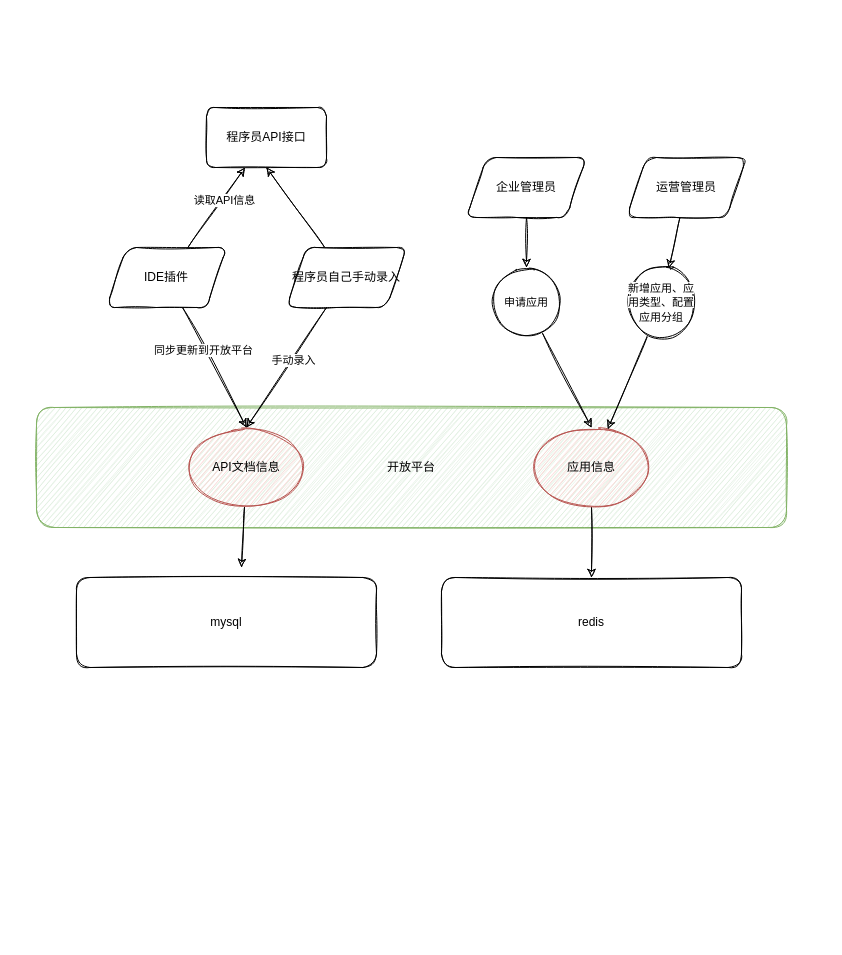
Above: 开放平台数据流图.drawio in laowang-cloud/diagrams (draw.io), before the change. Source tidied: cells renumbered, new cells numbered last; positions are measured from the earlier drawing's top-left corner, leaving out a move shared by most shapes. Both pictures are drawn from the tidied source at 100%, with x=0, y=0 at pixel (36, 107).
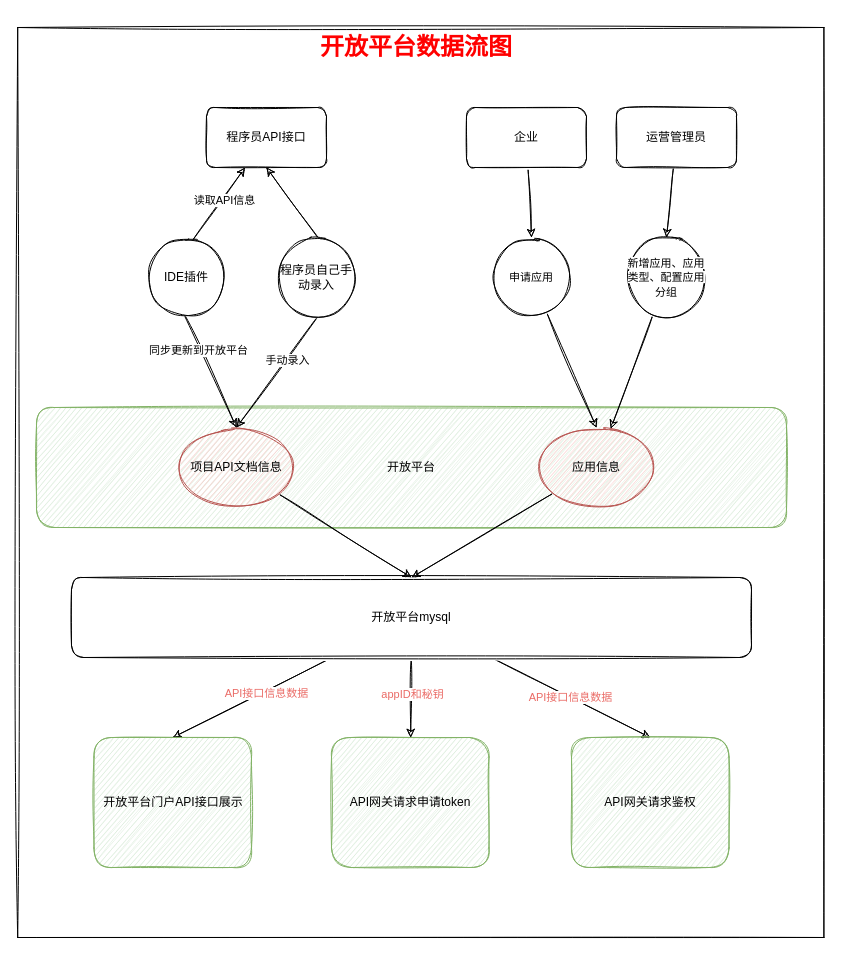
The same page after the edit.

Commit message (it also covers changes not shown here):
更新开放平台数据流图.drawio

Unchanged cells that the change refers to:
```xml
<mxCell id="3" value="程序员API接口" style="whiteSpace=wrap;html=1;sketch=1;rounded=1;" parent="1" vertex="1">
  <mxGeometry x="170" width="120" height="60" as="geometry" />
</mxCell>
```

Diff of the diagram source:
```diff
@@
+    <mxCell id="27" style="rounded=0;whiteSpace=wrap;html=1;sketch=1;" parent="1" vertex="1">
+      <mxGeometry x="-18.8" y="-80" width="806.2" height="910" as="geometry" />
+    </mxCell>
@@
-    <mxCell id="4" style="edgeStyle=none;rounded=0;sketch=1;jettySize=auto;html=1;" parent="1" edge="1" source="5">
-      <mxGeometry relative="1" as="geometry">
-        <mxPoint x="205" y="460" as="targetPoint" />
-      </mxGeometry>
-    </mxCell>
+    <mxCell id="28" style="edgeStyle=none;rounded=0;sketch=1;jettySize=auto;html=1;entryX=0.5;entryY=0;entryDx=0;entryDy=0;fontColor=#EA6B66;" parent="1" edge="1" source="5" target="36">
+      <mxGeometry relative="1" as="geometry" />
+    </mxCell>
-    <mxCell id="5" value="API文档信息" style="ellipse;whiteSpace=wrap;html=1;sketch=1;rounded=1;fillColor=#f8cecc;strokeColor=#b85450;" parent="1" vertex="1">
-      <mxGeometry x="150" y="320" width="120" height="80" as="geometry" />
+    <mxCell id="5" value="项目API文档信息" style="ellipse;whiteSpace=wrap;html=1;sketch=1;rounded=1;fillColor=#f8cecc;strokeColor=#b85450;" parent="1" vertex="1">
+      <mxGeometry x="140" y="320" width="120" height="80" as="geometry" />
     </mxCell>
-    <mxCell id="6" style="edgeStyle=none;rounded=0;sketch=1;jettySize=auto;html=1;entryX=0.5;entryY=0;entryDx=0;entryDy=0;" parent="1" edge="1" source="7" target="24">
-      <mxGeometry relative="1" as="geometry" />
-    </mxCell>
+    <mxCell id="29" style="edgeStyle=none;rounded=0;sketch=1;jettySize=auto;html=1;entryX=0.5;entryY=0;entryDx=0;entryDy=0;fontColor=#EA6B66;" parent="1" edge="1" source="7" target="36">
+      <mxGeometry relative="1" as="geometry" />
+    </mxCell>
     <mxCell id="7" value="应用信息" style="ellipse;whiteSpace=wrap;html=1;sketch=1;rounded=1;fillColor=#f8cecc;strokeColor=#b85450;" parent="1" vertex="1">
-      <mxGeometry x="495" y="320" width="120" height="80" as="geometry" />
+      <mxGeometry x="500" y="320" width="120" height="80" as="geometry" />
     </mxCell>
-    <mxCell id="8" style="jettySize=auto;html=1;sketch=1;" parent="1" edge="1" source="12" target="3">
-      <mxGeometry relative="1" as="geometry" />
+    <mxCell id="8" style="jettySize=auto;html=1;sketch=1;" parent="1" edge="1" target="3">
+      <mxGeometry relative="1" as="geometry">
+        <mxPoint x="151.4" y="140" as="sourcePoint" />
+      </mxGeometry>
     </mxCell>
@@
-    <mxCell id="10" style="edgeStyle=none;jettySize=auto;html=1;entryX=0.5;entryY=0;entryDx=0;entryDy=0;sketch=1;" parent="1" edge="1" source="12" target="5">
-      <mxGeometry relative="1" as="geometry" />
+    <mxCell id="10" style="edgeStyle=none;jettySize=auto;html=1;entryX=0.5;entryY=0;entryDx=0;entryDy=0;sketch=1;" parent="1" edge="1" target="5">
+      <mxGeometry relative="1" as="geometry">
+        <mxPoint x="144" y="200" as="sourcePoint" />
+      </mxGeometry>
     </mxCell>
@@
-    <mxCell id="12" value="IDE插件" style="shape=parallelogram;perimeter=parallelogramPerimeter;whiteSpace=wrap;html=1;fixedSize=1;sketch=1;rounded=1;" parent="1" vertex="1">
-      <mxGeometry x="70" y="140" width="120" height="60" as="geometry" />
-    </mxCell>
-    <mxCell id="13" style="edgeStyle=none;jettySize=auto;html=1;entryX=0.5;entryY=1;entryDx=0;entryDy=0;sketch=1;" parent="1" edge="1" source="16" target="3">
-      <mxGeometry relative="1" as="geometry" />
+    <mxCell id="13" style="edgeStyle=none;jettySize=auto;html=1;entryX=0.5;entryY=1;entryDx=0;entryDy=0;sketch=1;" parent="1" edge="1" target="3">
+      <mxGeometry relative="1" as="geometry">
+        <mxPoint x="288.2" y="140" as="sourcePoint" />
+      </mxGeometry>
     </mxCell>
-    <mxCell id="14" style="edgeStyle=none;jettySize=auto;html=1;entryX=0.5;entryY=0;entryDx=0;entryDy=0;sketch=1;" parent="1" edge="1" source="16" target="5">
-      <mxGeometry relative="1" as="geometry" />
+    <mxCell id="14" style="edgeStyle=none;jettySize=auto;html=1;entryX=0.5;entryY=0;entryDx=0;entryDy=0;sketch=1;" parent="1" edge="1" target="5">
+      <mxGeometry relative="1" as="geometry">
+        <mxPoint x="288" y="200" as="sourcePoint" />
+      </mxGeometry>
     </mxCell>
@@
-    <mxCell id="16" value="程序员自己手动录入" style="shape=parallelogram;perimeter=parallelogramPerimeter;whiteSpace=wrap;html=1;fixedSize=1;sketch=1;rounded=1;" parent="1" vertex="1">
-      <mxGeometry x="250" y="140" width="120" height="60" as="geometry" />
-    </mxCell>
-    <mxCell id="17" style="edgeStyle=none;rounded=0;sketch=1;jettySize=auto;html=1;" parent="1" edge="1" source="18" target="26">
-      <mxGeometry relative="1" as="geometry" />
-    </mxCell>
-    <mxCell id="18" value="企业管理员" style="shape=parallelogram;perimeter=parallelogramPerimeter;whiteSpace=wrap;html=1;fixedSize=1;sketch=1;rounded=1;" parent="1" vertex="1">
-      <mxGeometry x="430" y="50" width="120" height="60" as="geometry" />
-    </mxCell>
+    <mxCell id="21" style="edgeStyle=none;rounded=0;sketch=1;jettySize=auto;html=1;" parent="1" edge="1" source="22" target="7">
+      <mxGeometry relative="1" as="geometry" />
+    </mxCell>
+    <mxCell id="22" value="&lt;span style=&quot;font-size: 11px ; background-color: rgb(255 , 255 , 255)&quot;&gt;新增应用、应用类型、配置应用分组&lt;/span&gt;" style="ellipse;whiteSpace=wrap;html=1;rounded=1;sketch=1;" parent="1" vertex="1">
+      <mxGeometry x="590" y="130" width="80" height="80" as="geometry" />
+    </mxCell>
+    <mxCell id="25" style="edgeStyle=none;rounded=0;sketch=1;jettySize=auto;html=1;entryX=0.5;entryY=0;entryDx=0;entryDy=0;" parent="1" edge="1" source="26" target="7">
+      <mxGeometry relative="1" as="geometry" />
+    </mxCell>
+    <mxCell id="26" value="&lt;span style=&quot;font-size: 11px ; background-color: rgb(255 , 255 , 255)&quot;&gt;申请应用&lt;br&gt;&lt;/span&gt;" style="ellipse;whiteSpace=wrap;html=1;rounded=1;sketch=1;" parent="1" vertex="1">
+      <mxGeometry x="455" y="130" width="80" height="80" as="geometry" />
+    </mxCell>
+    <mxCell id="30" style="edgeStyle=none;rounded=0;sketch=1;orthogonalLoop=1;jettySize=auto;html=1;exitX=0.75;exitY=0;exitDx=0;exitDy=0;" parent="1" edge="1">
+      <mxGeometry relative="1" as="geometry">
+        <mxPoint x="520" y="50" as="sourcePoint" />
+        <mxPoint x="520" y="50" as="targetPoint" />
+      </mxGeometry>
+    </mxCell>
+    <mxCell id="31" style="edgeStyle=none;rounded=0;sketch=1;jettySize=auto;html=1;entryX=0.5;entryY=0;entryDx=0;entryDy=0;fontColor=#EA6B66;" parent="1" edge="1" source="36" target="37">
+      <mxGeometry relative="1" as="geometry" />
+    </mxCell>
+    <mxCell id="32" value="API接口信息数据" style="edgeLabel;html=1;align=center;verticalAlign=middle;fontColor=#EA6B66;" parent="31" vertex="1">
+      <mxGeometry x="-0.16" y="2" relative="1" as="geometry" />
+    </mxCell>
+    <mxCell id="33" style="edgeStyle=none;rounded=0;sketch=1;jettySize=auto;html=1;fontColor=#EA6B66;" parent="1" edge="1" source="36" target="38">
+      <mxGeometry relative="1" as="geometry" />
+    </mxCell>
+    <mxCell id="34" value="appID和秘钥" style="edgeLabel;html=1;align=center;verticalAlign=middle;fontColor=#EA6B66;" parent="33" vertex="1">
+      <mxGeometry x="-0.11" y="1" relative="1" as="geometry" />
+    </mxCell>
+    <mxCell id="35" value="API接口信息数据" style="edgeStyle=none;rounded=0;sketch=1;jettySize=auto;html=1;entryX=0.5;entryY=0;entryDx=0;entryDy=0;fontColor=#EA6B66;" parent="1" edge="1" source="36" target="39">
+      <mxGeometry relative="1" as="geometry" />
+    </mxCell>
+    <mxCell id="36" value="开放平台mysql" style="rounded=1;whiteSpace=wrap;html=1;sketch=1;" parent="1" vertex="1">
+      <mxGeometry x="35" y="470" width="680" height="80" as="geometry" />
+    </mxCell>
+    <mxCell id="37" value="开放平台门户API接口展示" style="whiteSpace=wrap;html=1;sketch=1;rounded=1;fillColor=#d5e8d4;strokeColor=#82b366;" parent="1" vertex="1">
+      <mxGeometry x="57.5" y="630" width="157.5" height="130" as="geometry" />
+    </mxCell>
+    <mxCell id="38" value="API网关请求申请token" style="whiteSpace=wrap;html=1;sketch=1;rounded=1;fillColor=#d5e8d4;strokeColor=#82b366;" parent="1" vertex="1">
+      <mxGeometry x="295" y="630" width="157.5" height="130" as="geometry" />
+    </mxCell>
+    <mxCell id="39" value="API网关请求鉴权" style="whiteSpace=wrap;html=1;sketch=1;rounded=1;fillColor=#d5e8d4;strokeColor=#82b366;" parent="1" vertex="1">
+      <mxGeometry x="535" y="630" width="157.5" height="130" as="geometry" />
+    </mxCell>
+    <mxCell id="40" style="edgeStyle=none;rounded=0;sketch=1;jettySize=auto;html=1;entryX=0.5;entryY=0;entryDx=0;entryDy=0;fontColor=#EA6B66;" parent="1" edge="1" source="41" target="26">
+      <mxGeometry relative="1" as="geometry" />
+    </mxCell>
+    <mxCell id="41" value="&lt;span style=&quot;color: rgb(0 , 0 , 0)&quot;&gt;企业&lt;/span&gt;" style="rounded=1;whiteSpace=wrap;html=1;sketch=1;fontColor=#EA6B66;" parent="1" vertex="1">
+      <mxGeometry x="430" width="120" height="60" as="geometry" />
+    </mxCell>
-    <mxCell id="19" style="edgeStyle=none;rounded=0;sketch=1;jettySize=auto;html=1;" parent="1" edge="1" source="20" target="22">
+    <mxCell id="19" style="edgeStyle=none;rounded=0;sketch=1;jettySize=auto;html=1;entryX=0.5;entryY=0;entryDx=0;entryDy=0;fontColor=#EA6B66;" parent="1" edge="1" source="20" target="22">
       <mxGeometry relative="1" as="geometry" />
     </mxCell>
-    <mxCell id="20" value="运营管理员" style="shape=parallelogram;perimeter=parallelogramPerimeter;whiteSpace=wrap;html=1;fixedSize=1;sketch=1;rounded=1;" parent="1" vertex="1">
-      <mxGeometry x="590" y="50" width="120" height="60" as="geometry" />
+    <mxCell id="20" value="&lt;span style=&quot;color: rgb(0 , 0 , 0)&quot;&gt;运营管理员&lt;/span&gt;" style="rounded=1;whiteSpace=wrap;html=1;sketch=1;fontColor=#EA6B66;" parent="1" vertex="1">
+      <mxGeometry x="580" width="120" height="60" as="geometry" />
     </mxCell>
-    <mxCell id="21" style="edgeStyle=none;rounded=0;sketch=1;jettySize=auto;html=1;" parent="1" edge="1" source="22" target="7">
-      <mxGeometry relative="1" as="geometry" />
-    </mxCell>
-    <mxCell id="22" value="&lt;span style=&quot;font-size: 11px ; background-color: rgb(255 , 255 , 255)&quot;&gt;新增应用、应用类型、配置应用分组&lt;/span&gt;" style="ellipse;whiteSpace=wrap;html=1;rounded=1;sketch=1;" parent="1" vertex="1">
-      <mxGeometry x="590" y="160" width="70" height="70" as="geometry" />
-    </mxCell>
-    <mxCell id="23" value="mysql" style="rounded=1;whiteSpace=wrap;html=1;sketch=1;" parent="1" vertex="1">
-      <mxGeometry x="40" y="470" width="300" height="90" as="geometry" />
-    </mxCell>
-    <mxCell id="24" value="redis" style="rounded=1;whiteSpace=wrap;html=1;sketch=1;" parent="1" vertex="1">
-      <mxGeometry x="405" y="470" width="300" height="90" as="geometry" />
-    </mxCell>
-    <mxCell id="25" style="edgeStyle=none;rounded=0;sketch=1;jettySize=auto;html=1;entryX=0.5;entryY=0;entryDx=0;entryDy=0;" parent="1" edge="1" source="26" target="7">
-      <mxGeometry relative="1" as="geometry" />
-    </mxCell>
-    <mxCell id="26" value="&lt;span style=&quot;font-size: 11px ; background-color: rgb(255 , 255 , 255)&quot;&gt;申请应用&lt;br&gt;&lt;/span&gt;" style="ellipse;whiteSpace=wrap;html=1;rounded=1;sketch=1;" parent="1" vertex="1">
-      <mxGeometry x="455" y="160" width="70" height="70" as="geometry" />
-    </mxCell>
+    <mxCell id="42" value="&lt;h1&gt;开放平台数据流图&lt;/h1&gt;" style="text;html=1;strokeColor=none;fillColor=none;spacing=5;spacingTop=-20;whiteSpace=wrap;overflow=hidden;rounded=0;sketch=1;fontColor=#FF0000;" parent="1" vertex="1">
+      <mxGeometry x="278.8" y="-80" width="211.2" height="40" as="geometry" />
+    </mxCell>
+    <mxCell id="12" value="&lt;span style=&quot;color: rgb(0 , 0 , 0)&quot;&gt;IDE插件&lt;/span&gt;" style="ellipse;whiteSpace=wrap;html=1;rounded=1;sketch=1;fontColor=#FF0000;" parent="1" vertex="1">
+      <mxGeometry x="110" y="130" width="80" height="80" as="geometry" />
+    </mxCell>
+    <mxCell id="16" value="&lt;span style=&quot;color: rgb(0 , 0 , 0)&quot;&gt;程序员自己手动录入&lt;/span&gt;" style="ellipse;whiteSpace=wrap;html=1;rounded=1;sketch=1;fontColor=#FF0000;" parent="1" vertex="1">
+      <mxGeometry x="240" y="130" width="80" height="80" as="geometry" />
+    </mxCell>
```
